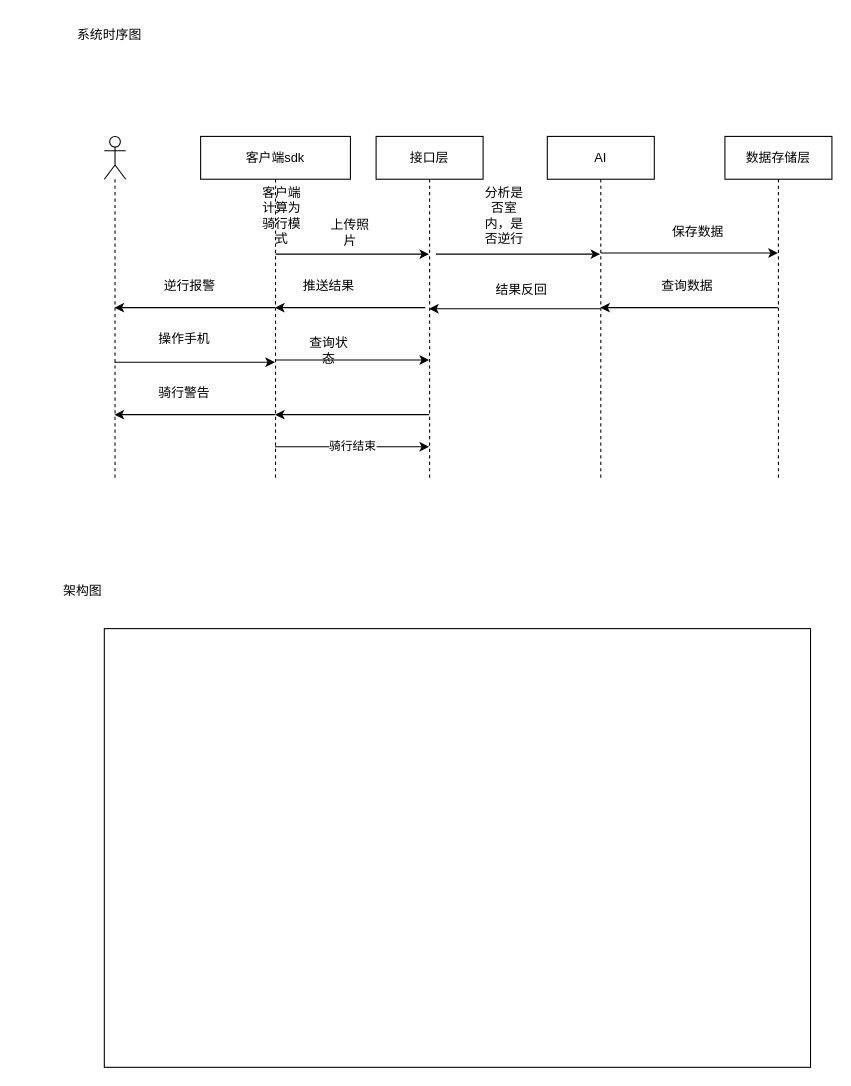
Above: 架构图.drawio in NeverMore2023/sunos (draw.io), before the change. Source tidied: cells renumbered, new cells numbered last; positions are measured from the earlier drawing's top-left corner, leaving out a move shared by most shapes. Both pictures are drawn from the tidied source at 107%, with x=0, y=0 at pixel (18, 18).
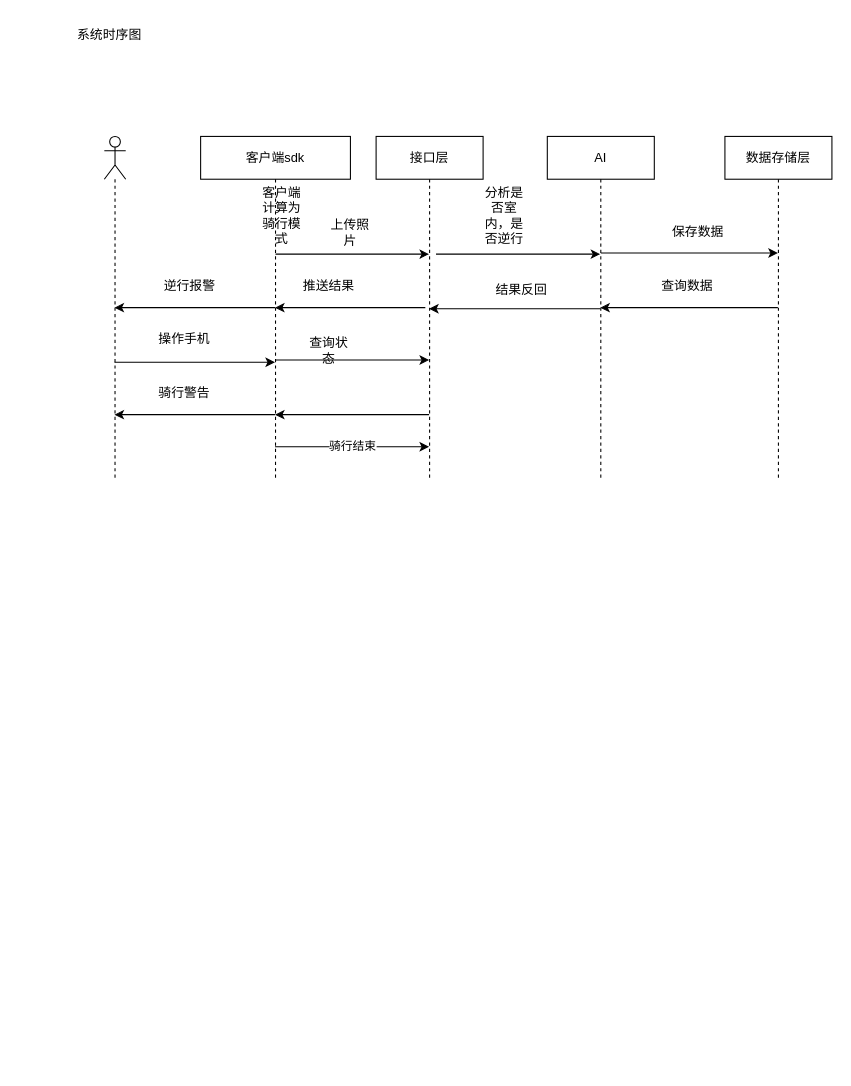
Above is the later version.

Diff of the diagram source:
```diff
@@
-    <mxCell id="31" value="架构图" style="text;html=1;strokeColor=none;fillColor=none;align=center;verticalAlign=middle;whiteSpace=wrap;rounded=0;" parent="1" vertex="1">
-      <mxGeometry x="40" y="525" width="40" height="20" as="geometry" />
-    </mxCell>
-    <mxCell id="32" style="rounded=0;whiteSpace=wrap;html=1;" parent="1" vertex="1">
-      <mxGeometry x="80" y="570" width="660" height="410" as="geometry" />
-    </mxCell>
```
